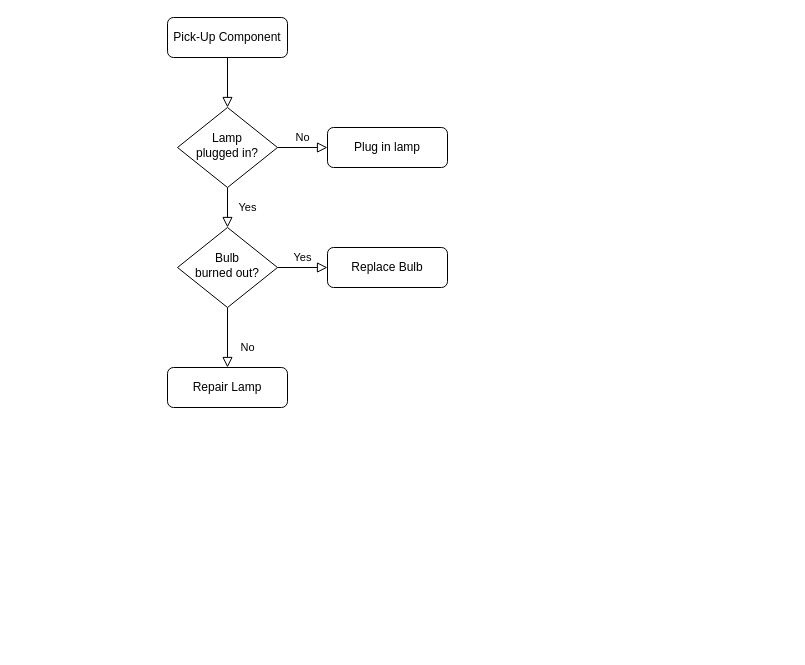
Earlier version of the draw.io diagram Connector changes.drawio (BertieHarte/Mbed_Tralee_Mechatronics). Source tidied: cells renumbered, new cells numbered last; positions are measured from the earlier drawing's top-left corner, leaving out a move shared by most shapes. Both pictures are drawn from the tidied source at 100%, with x=0, y=0 at pixel (167, 17).
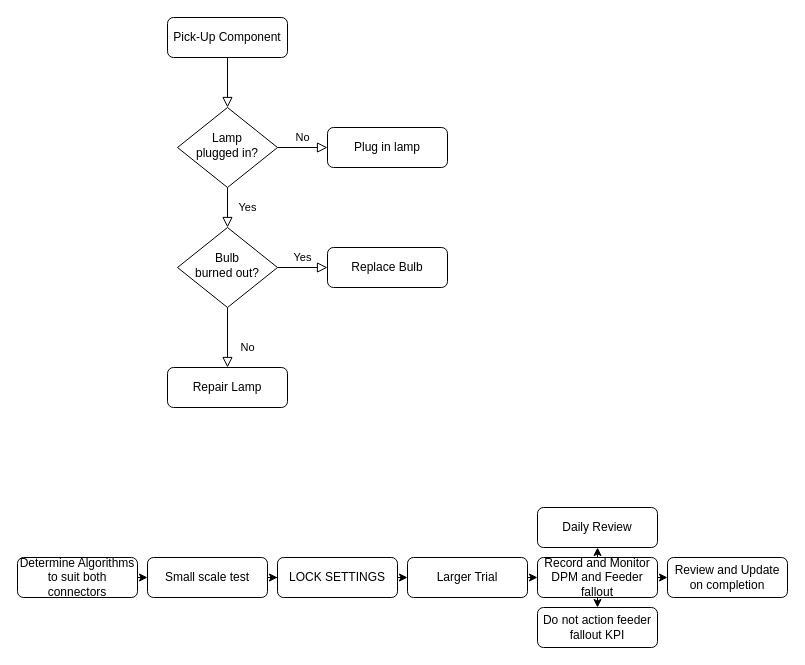
The same diagram, later.

Change to the diagram source:
```diff
@@
+    <mxCell id="13" style="edgeStyle=orthogonalEdgeStyle;rounded=0;jettySize=auto;html=1;exitX=1;exitY=0.5;exitDx=0;exitDy=0;entryX=0;entryY=0.5;entryDx=0;entryDy=0;" parent="1" edge="1" source="14" target="16">
+      <mxGeometry relative="1" as="geometry" />
+    </mxCell>
+    <mxCell id="14" value="Determine Algorithms to suit both connectors" style="rounded=1;whiteSpace=wrap;html=1;fontSize=12;glass=0;strokeWidth=1;shadow=0;" parent="1" vertex="1">
+      <mxGeometry x="-150" y="540" width="120" height="40" as="geometry" />
+    </mxCell>
+    <mxCell id="15" style="edgeStyle=orthogonalEdgeStyle;rounded=0;jettySize=auto;html=1;exitX=1;exitY=0.5;exitDx=0;exitDy=0;" parent="1" edge="1" source="16" target="18">
+      <mxGeometry relative="1" as="geometry" />
+    </mxCell>
+    <mxCell id="16" value="Small scale test" style="rounded=1;whiteSpace=wrap;html=1;fontSize=12;glass=0;strokeWidth=1;shadow=0;" parent="1" vertex="1">
+      <mxGeometry x="-20" y="540" width="120" height="40" as="geometry" />
+    </mxCell>
+    <mxCell id="17" style="edgeStyle=orthogonalEdgeStyle;rounded=0;jettySize=auto;html=1;exitX=1;exitY=0.5;exitDx=0;exitDy=0;entryX=0;entryY=0.5;entryDx=0;entryDy=0;" parent="1" edge="1" source="18" target="20">
+      <mxGeometry relative="1" as="geometry" />
+    </mxCell>
+    <mxCell id="18" value="LOCK SETTINGS" style="rounded=1;whiteSpace=wrap;html=1;fontSize=12;glass=0;strokeWidth=1;shadow=0;" parent="1" vertex="1">
+      <mxGeometry x="110" y="540" width="120" height="40" as="geometry" />
+    </mxCell>
+    <mxCell id="19" style="edgeStyle=orthogonalEdgeStyle;rounded=0;jettySize=auto;html=1;exitX=1;exitY=0.5;exitDx=0;exitDy=0;entryX=0;entryY=0.5;entryDx=0;entryDy=0;" parent="1" edge="1" source="20" target="26">
+      <mxGeometry relative="1" as="geometry" />
+    </mxCell>
+    <mxCell id="20" value="Larger Trial" style="rounded=1;whiteSpace=wrap;html=1;fontSize=12;glass=0;strokeWidth=1;shadow=0;" parent="1" vertex="1">
+      <mxGeometry x="240" y="540" width="120" height="40" as="geometry" />
+    </mxCell>
+    <mxCell id="21" value="Do not action feeder fallout KPI" style="rounded=1;whiteSpace=wrap;html=1;fontSize=12;glass=0;strokeWidth=1;shadow=0;" parent="1" vertex="1">
+      <mxGeometry x="370" y="590" width="120" height="40" as="geometry" />
+    </mxCell>
+    <mxCell id="22" value="Daily Review" style="rounded=1;whiteSpace=wrap;html=1;fontSize=12;glass=0;strokeWidth=1;shadow=0;" parent="1" vertex="1">
+      <mxGeometry x="370" y="490" width="120" height="40" as="geometry" />
+    </mxCell>
+    <mxCell id="23" style="edgeStyle=orthogonalEdgeStyle;rounded=0;jettySize=auto;html=1;exitX=0.5;exitY=0;exitDx=0;exitDy=0;entryX=0.5;entryY=1;entryDx=0;entryDy=0;" parent="1" edge="1" source="26" target="22">
+      <mxGeometry relative="1" as="geometry" />
+    </mxCell>
+    <mxCell id="24" style="edgeStyle=orthogonalEdgeStyle;rounded=0;jettySize=auto;html=1;exitX=0.5;exitY=1;exitDx=0;exitDy=0;entryX=0.5;entryY=0;entryDx=0;entryDy=0;" parent="1" edge="1" source="26" target="21">
+      <mxGeometry relative="1" as="geometry" />
+    </mxCell>
+    <mxCell id="25" style="edgeStyle=orthogonalEdgeStyle;rounded=0;jettySize=auto;html=1;exitX=1;exitY=0.5;exitDx=0;exitDy=0;entryX=0;entryY=0.5;entryDx=0;entryDy=0;" parent="1" edge="1" source="26" target="27">
+      <mxGeometry relative="1" as="geometry" />
+    </mxCell>
+    <mxCell id="26" value="Record and Monitor DPM and Feeder fallout" style="rounded=1;whiteSpace=wrap;html=1;fontSize=12;glass=0;strokeWidth=1;shadow=0;" parent="1" vertex="1">
+      <mxGeometry x="370" y="540" width="120" height="40" as="geometry" />
+    </mxCell>
+    <mxCell id="27" value="Review and Update on completion" style="rounded=1;whiteSpace=wrap;html=1;fontSize=12;glass=0;strokeWidth=1;shadow=0;" parent="1" vertex="1">
+      <mxGeometry x="500" y="540" width="120" height="40" as="geometry" />
+    </mxCell>
```
